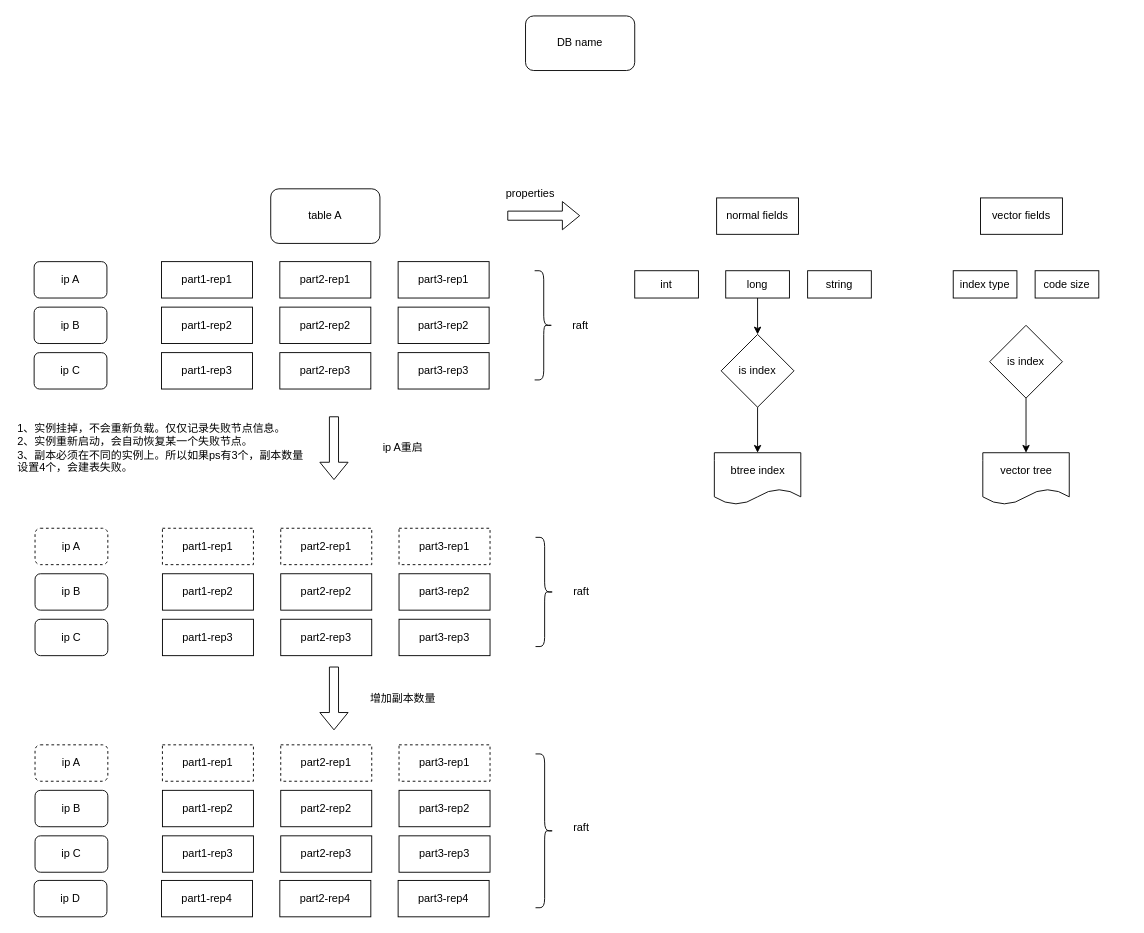
Before: tutu/vearch.drawio in hpsdy/diagram, a draw.io diagram. Source tidied: cells renumbered, new cells numbered last; positions are measured from the earlier drawing's top-left corner, leaving out a move shared by most shapes. Both pictures are drawn from the tidied source at 91%, with x=0, y=0 at pixel (15, 15).
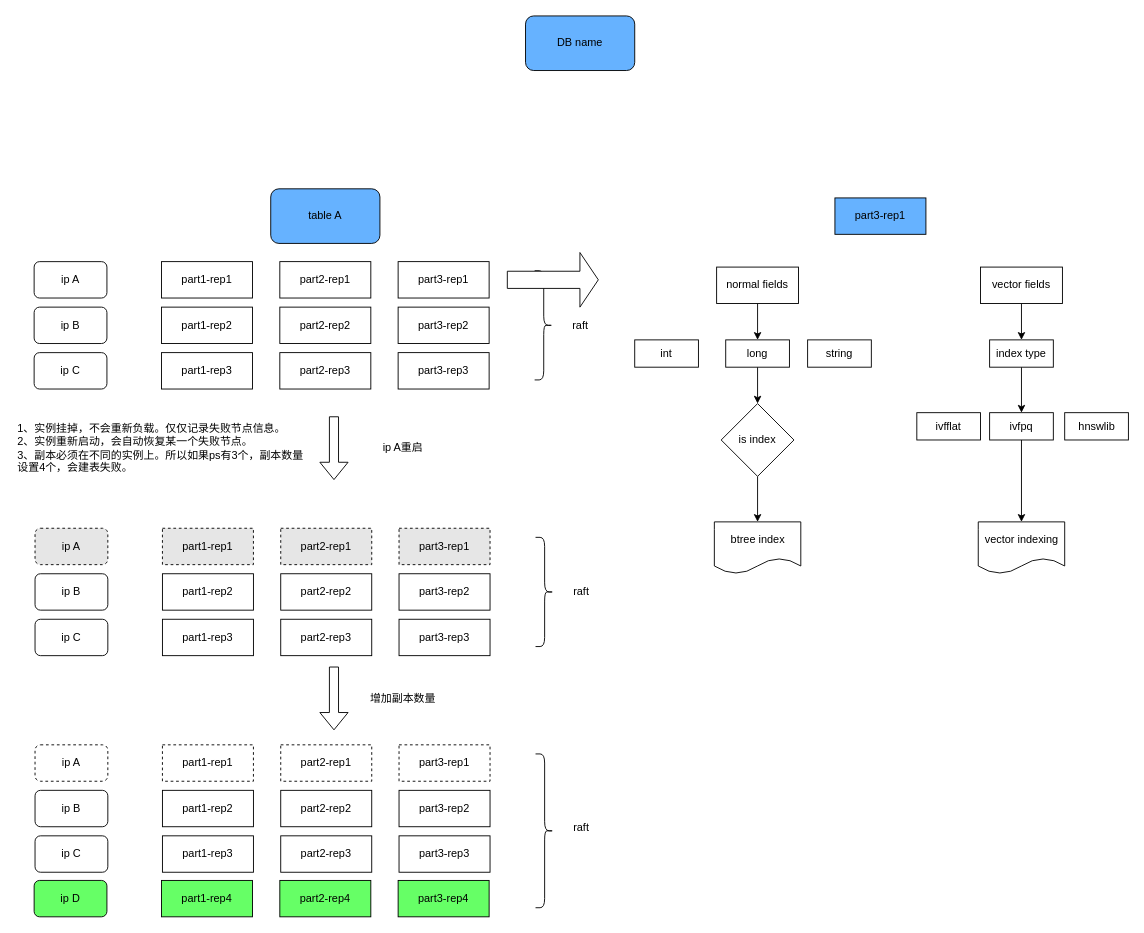
After the change.

Change to the diagram source:
```diff
@@
-    <mxCell id="2" value="table A" style="rounded=1;whiteSpace=wrap;html=1;" parent="1" vertex="1">
+    <mxCell id="2" value="table A" style="rounded=1;whiteSpace=wrap;html=1;fillColor=#66B2FF;" parent="1" vertex="1">
       <mxGeometry x="280" y="190" width="120" height="60" as="geometry" />
     </mxCell>
@@
-    <mxCell id="17" value="part1-rep1" style="rounded=0;whiteSpace=wrap;html=1;dashed=1;" parent="1" vertex="1">
+    <mxCell id="17" value="part1-rep1" style="rounded=0;whiteSpace=wrap;html=1;dashed=1;fillColor=#E6E6E6;" parent="1" vertex="1">
       <mxGeometry x="161" y="563" width="100" height="40" as="geometry" />
     </mxCell>
@@
-    <mxCell id="20" value="part2-rep1" style="rounded=0;whiteSpace=wrap;html=1;dashed=1;" parent="1" vertex="1">
+    <mxCell id="20" value="part2-rep1" style="rounded=0;whiteSpace=wrap;html=1;dashed=1;fillColor=#E6E6E6;" parent="1" vertex="1">
       <mxGeometry x="291" y="563" width="100" height="40" as="geometry" />
     </mxCell>
@@
-    <mxCell id="23" value="part3-rep1" style="rounded=0;whiteSpace=wrap;html=1;dashed=1;" parent="1" vertex="1">
+    <mxCell id="23" value="part3-rep1" style="rounded=0;whiteSpace=wrap;html=1;dashed=1;fillColor=#E6E6E6;" parent="1" vertex="1">
       <mxGeometry x="421" y="563" width="100" height="40" as="geometry" />
     </mxCell>
@@
-    <mxCell id="28" value="ip A" style="rounded=1;whiteSpace=wrap;html=1;dashed=1;" parent="1" vertex="1">
+    <mxCell id="28" value="ip A" style="rounded=1;whiteSpace=wrap;html=1;dashed=1;fillColor=#E6E6E6;" parent="1" vertex="1">
       <mxGeometry x="21" y="563" width="80" height="40" as="geometry" />
     </mxCell>
@@
-    <mxCell id="33" value="DB name" style="rounded=1;whiteSpace=wrap;html=1;" parent="1" vertex="1">
+    <mxCell id="33" value="DB name" style="rounded=1;whiteSpace=wrap;html=1;fillColor=#66B2FF;" parent="1" vertex="1">
       <mxGeometry x="560" width="120" height="60" as="geometry" />
     </mxCell>
@@
-    <mxCell id="51" value="part1-rep4" style="rounded=0;whiteSpace=wrap;html=1;" parent="1" vertex="1">
+    <mxCell id="51" value="part1-rep4" style="rounded=0;whiteSpace=wrap;html=1;fillColor=#66FF66;" parent="1" vertex="1">
       <mxGeometry x="160" y="950" width="100" height="40" as="geometry" />
     </mxCell>
-    <mxCell id="52" value="part2-rep4" style="rounded=0;whiteSpace=wrap;html=1;" parent="1" vertex="1">
+    <mxCell id="52" value="part2-rep4" style="rounded=0;whiteSpace=wrap;html=1;fillColor=#66FF66;" parent="1" vertex="1">
       <mxGeometry x="290" y="950" width="100" height="40" as="geometry" />
     </mxCell>
-    <mxCell id="53" value="part3-rep4" style="rounded=0;whiteSpace=wrap;html=1;" parent="1" vertex="1">
+    <mxCell id="53" value="part3-rep4" style="rounded=0;whiteSpace=wrap;html=1;fillColor=#66FF66;" parent="1" vertex="1">
       <mxGeometry x="420" y="950" width="100" height="40" as="geometry" />
     </mxCell>
-    <mxCell id="54" value="ip D" style="rounded=1;whiteSpace=wrap;html=1;" parent="1" vertex="1">
+    <mxCell id="54" value="ip D" style="rounded=1;whiteSpace=wrap;html=1;fillColor=#66FF66;" parent="1" vertex="1">
       <mxGeometry x="20" y="950" width="80" height="40" as="geometry" />
     </mxCell>
+    <mxCell id="71" style="edgeStyle=orthogonalEdgeStyle;rounded=0;jettySize=auto;html=1;exitX=0.5;exitY=1;exitDx=0;exitDy=0;entryX=0.5;entryY=0;entryDx=0;entryDy=0;" parent="1" edge="1" source="55" target="61">
+      <mxGeometry relative="1" as="geometry" />
+    </mxCell>
     <mxCell id="55" value="normal fields" style="rounded=0;whiteSpace=wrap;html=1;" parent="1" vertex="1">
-      <mxGeometry x="770" y="200" width="90" height="40" as="geometry" />
+      <mxGeometry x="770" y="276" width="90" height="40" as="geometry" />
     </mxCell>
-    <mxCell id="56" style="shape=flexArrow;endArrow=classic;html=1;rounded=0;" parent="1" edge="1">
-      <mxGeometry relative="1" as="geometry">
-        <mxPoint x="540" y="219.5" as="sourcePoint" />
-        <mxPoint x="620" y="219.5" as="targetPoint" />
-      </mxGeometry>
-    </mxCell>
-    <mxCell id="57" value="properties" style="text;html=1;align=center;verticalAlign=middle;fillColor=none;strokeColor=none;rounded=0;dashed=1;" parent="1" vertex="1">
-      <mxGeometry x="525" y="180" width="80" height="30" as="geometry" />
-    </mxCell>
+    <mxCell id="72" style="edgeStyle=orthogonalEdgeStyle;rounded=0;jettySize=auto;html=1;exitX=0.5;exitY=1;exitDx=0;exitDy=0;entryX=0.5;entryY=0;entryDx=0;entryDy=0;" parent="1" edge="1" source="58" target="63">
+      <mxGeometry relative="1" as="geometry" />
+    </mxCell>
     <mxCell id="58" value="vector fields" style="rounded=0;whiteSpace=wrap;html=1;" parent="1" vertex="1">
-      <mxGeometry x="1060" y="200" width="90" height="40" as="geometry" />
+      <mxGeometry x="1060" y="276" width="90" height="40" as="geometry" />
     </mxCell>
     <mxCell id="59" value="int" style="rounded=0;whiteSpace=wrap;html=1;" parent="1" vertex="1">
-      <mxGeometry x="680" y="280" width="70" height="30" as="geometry" />
+      <mxGeometry x="680" y="356" width="70" height="30" as="geometry" />
     </mxCell>
@@
     <mxCell id="61" value="long" style="rounded=0;whiteSpace=wrap;html=1;" parent="1" vertex="1">
-      <mxGeometry x="780" y="280" width="70" height="30" as="geometry" />
+      <mxGeometry x="780" y="356" width="70" height="30" as="geometry" />
     </mxCell>
     <mxCell id="62" value="string" style="rounded=0;whiteSpace=wrap;html=1;" parent="1" vertex="1">
-      <mxGeometry x="870" y="280" width="70" height="30" as="geometry" />
+      <mxGeometry x="870" y="356" width="70" height="30" as="geometry" />
     </mxCell>
+    <mxCell id="73" style="edgeStyle=orthogonalEdgeStyle;rounded=0;jettySize=auto;html=1;exitX=0.5;exitY=1;exitDx=0;exitDy=0;entryX=0.5;entryY=0;entryDx=0;entryDy=0;" parent="1" edge="1" source="63" target="76">
+      <mxGeometry relative="1" as="geometry" />
+    </mxCell>
     <mxCell id="63" value="index type" style="rounded=0;whiteSpace=wrap;html=1;" parent="1" vertex="1">
-      <mxGeometry x="1030" y="280" width="70" height="30" as="geometry" />
+      <mxGeometry x="1070" y="356" width="70" height="30" as="geometry" />
     </mxCell>
-    <mxCell id="64" value="code size" style="rounded=0;whiteSpace=wrap;html=1;" parent="1" vertex="1">
-      <mxGeometry x="1120" y="280" width="70" height="30" as="geometry" />
-    </mxCell>
@@
     <mxCell id="66" value="is index" style="rhombus;whiteSpace=wrap;html=1;" parent="1" vertex="1">
-      <mxGeometry x="775" y="350" width="80" height="80" as="geometry" />
+      <mxGeometry x="775" y="426" width="80" height="80" as="geometry" />
     </mxCell>
     <mxCell id="67" value="btree index" style="shape=document;whiteSpace=wrap;html=1;boundedLbl=1;" parent="1" vertex="1">
-      <mxGeometry x="767.5" y="480" width="95" height="57" as="geometry" />
+      <mxGeometry x="767.5" y="556" width="95" height="57" as="geometry" />
     </mxCell>
-    <mxCell id="68" style="edgeStyle=orthogonalEdgeStyle;rounded=0;jettySize=auto;html=1;exitX=0.5;exitY=1;exitDx=0;exitDy=0;" parent="1" edge="1" source="69" target="70">
-      <mxGeometry relative="1" as="geometry" />
-    </mxCell>
-    <mxCell id="69" value="is index" style="rhombus;whiteSpace=wrap;html=1;" parent="1" vertex="1">
-      <mxGeometry x="1070" y="340" width="80" height="80" as="geometry" />
-    </mxCell>
-    <mxCell id="70" value="vector tree" style="shape=document;whiteSpace=wrap;html=1;boundedLbl=1;" parent="1" vertex="1">
-      <mxGeometry x="1062.5" y="480" width="95" height="57" as="geometry" />
+    <mxCell id="70" value="vector indexing" style="shape=document;whiteSpace=wrap;html=1;boundedLbl=1;" parent="1" vertex="1">
+      <mxGeometry x="1057.5" y="556" width="95" height="57" as="geometry" />
     </mxCell>
+    <mxCell id="74" value="ivfflat" style="rounded=0;whiteSpace=wrap;html=1;" parent="1" vertex="1">
+      <mxGeometry x="990" y="436" width="70" height="30" as="geometry" />
+    </mxCell>
+    <mxCell id="75" style="edgeStyle=orthogonalEdgeStyle;rounded=0;jettySize=auto;html=1;exitX=0.5;exitY=1;exitDx=0;exitDy=0;" parent="1" edge="1" source="76" target="70">
+      <mxGeometry relative="1" as="geometry" />
+    </mxCell>
+    <mxCell id="76" value="ivfpq" style="rounded=0;whiteSpace=wrap;html=1;" parent="1" vertex="1">
+      <mxGeometry x="1070" y="436" width="70" height="30" as="geometry" />
+    </mxCell>
+    <mxCell id="77" value="hnswlib" style="rounded=0;whiteSpace=wrap;html=1;" parent="1" vertex="1">
+      <mxGeometry x="1152.5" y="436" width="70" height="30" as="geometry" />
+    </mxCell>
+    <mxCell id="78" value="part3-rep1" style="rounded=0;whiteSpace=wrap;html=1;fillColor=#66B2FF;" parent="1" vertex="1">
+      <mxGeometry x="900" y="200" width="100" height="40" as="geometry" />
+    </mxCell>
+    <mxCell id="79" style="shape=singleArrow;whiteSpace=wrap;html=1;arrowWidth=0.3146397908528646;arrowSize=0.20218704223632813;" parent="1" vertex="1">
+      <mxGeometry x="540" y="260" width="100" height="60" as="geometry" />
+    </mxCell>
```
